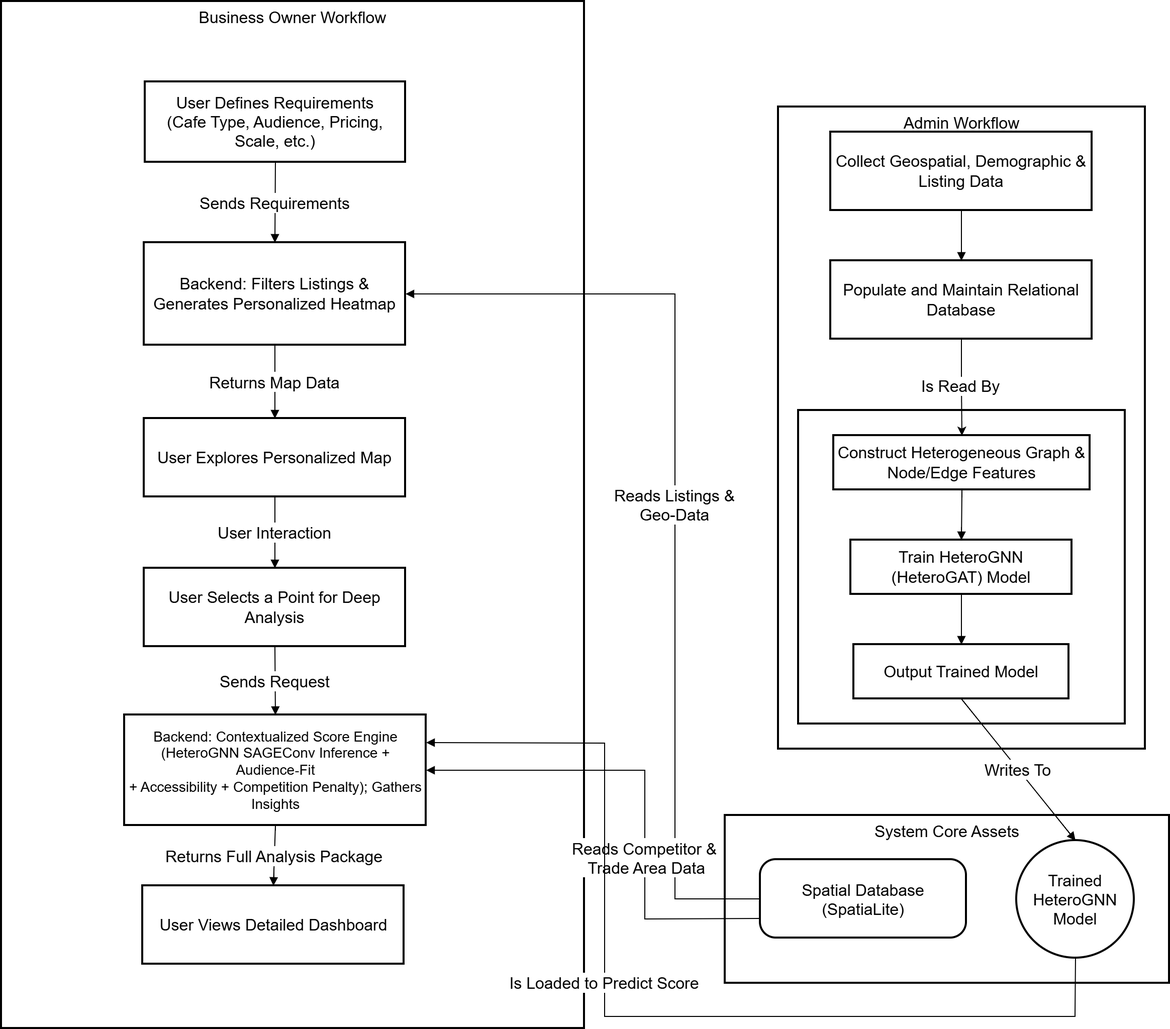
Above: img/WorkflowDiagram.png in Sujalcha7/SiteX_Doc (draw.io), before the change. Source tidied: cells renumbered, new cells last; positions are measured from the earlier drawing's top-left corner, leaving out a move shared by most shapes.
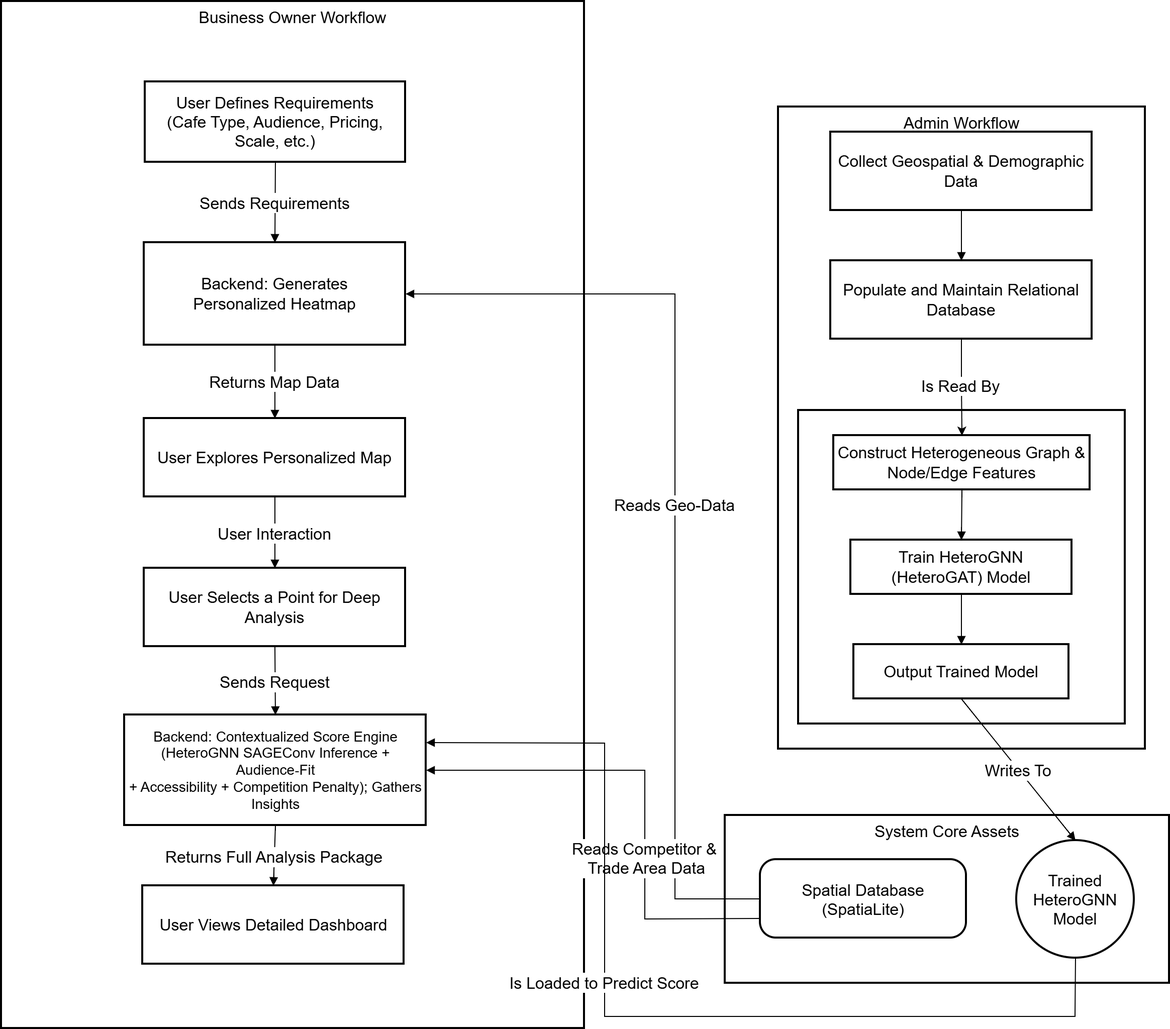
After the commit.

Change to the diagram source:
```diff
@@ -23,7 +23,7 @@
     <mxCell id="8" value="Output Trained Model" style="whiteSpace=wrap;strokeWidth=2;fontSize=16;" parent="1" vertex="1">
       <mxGeometry x="848" y="640" width="214" height="54" as="geometry" />
     </mxCell>
-    <mxCell id="9" value="Collect Geospatial, Demographic &amp; Listing Data" style="whiteSpace=wrap;strokeWidth=2;fontSize=16;" parent="1" vertex="1">
+    <mxCell id="9" value="Collect Geospatial &amp; Demographic Data" style="whiteSpace=wrap;strokeWidth=2;fontSize=16;" parent="1" vertex="1">
       <mxGeometry x="825" y="130" width="260" height="78" as="geometry" />
     </mxCell>
     <mxCell id="10" style="edgeStyle=orthogonalEdgeStyle;rounded=0;jettySize=auto;html=1;exitX=0.5;exitY=1;exitDx=0;exitDy=0;fontSize=16;" parent="1" edge="1" source="12" target="6">
@@ -44,7 +44,7 @@
     <mxCell id="15" value="User Defines Requirements&#10;(Cafe Type, Audience, Pricing, Scale, etc.)" style="whiteSpace=wrap;strokeWidth=2;fontSize=16;" parent="1" vertex="1">
       <mxGeometry x="143" y="80" width="259" height="80" as="geometry" />
     </mxCell>
-    <mxCell id="16" value="Backend: Filters Listings &amp;&#10;Generates Personalized Heatmap" style="whiteSpace=wrap;strokeWidth=2;fontSize=16;" parent="1" vertex="1">
+    <mxCell id="16" value="Backend: Generates&#10;Personalized Heatmap" style="whiteSpace=wrap;strokeWidth=2;fontSize=16;" parent="1" vertex="1">
       <mxGeometry x="142" y="240" width="260" height="102" as="geometry" />
     </mxCell>
     <mxCell id="17" value="User Explores Personalized Map" style="whiteSpace=wrap;strokeWidth=2;fontSize=16;" parent="1" vertex="1">
@@ -74,7 +74,7 @@
     <mxCell id="25" value="Sends Requirements" style="curved=0;startArrow=none;endArrow=block;exitX=0.5;exitY=1.01;rounded=0;fontSize=16;entryX=0.5;entryY=0;entryDx=0;entryDy=0;" parent="1" edge="1" source="15" target="16">
       <mxGeometry relative="1" as="geometry" />
     </mxCell>
-    <mxCell id="26" value="Reads Listings &amp;&#10;Geo-Data" style="curved=0;startArrow=none;endArrow=block;exitX=0;exitY=0.5;entryX=1;entryY=0.5;rounded=0;exitDx=0;exitDy=0;entryDx=0;entryDy=0;fontSize=16;" parent="1" edge="1" source="13" target="16">
+    <mxCell id="26" value="Reads Geo-Data" style="curved=0;startArrow=none;endArrow=block;exitX=0;exitY=0.5;entryX=1;entryY=0.5;rounded=0;exitDx=0;exitDy=0;entryDx=0;entryDy=0;fontSize=16;" parent="1" edge="1" source="13" target="16">
       <mxGeometry relative="1" as="geometry">
         <Array as="points">
           <mxPoint x="670" y="893" />
```
